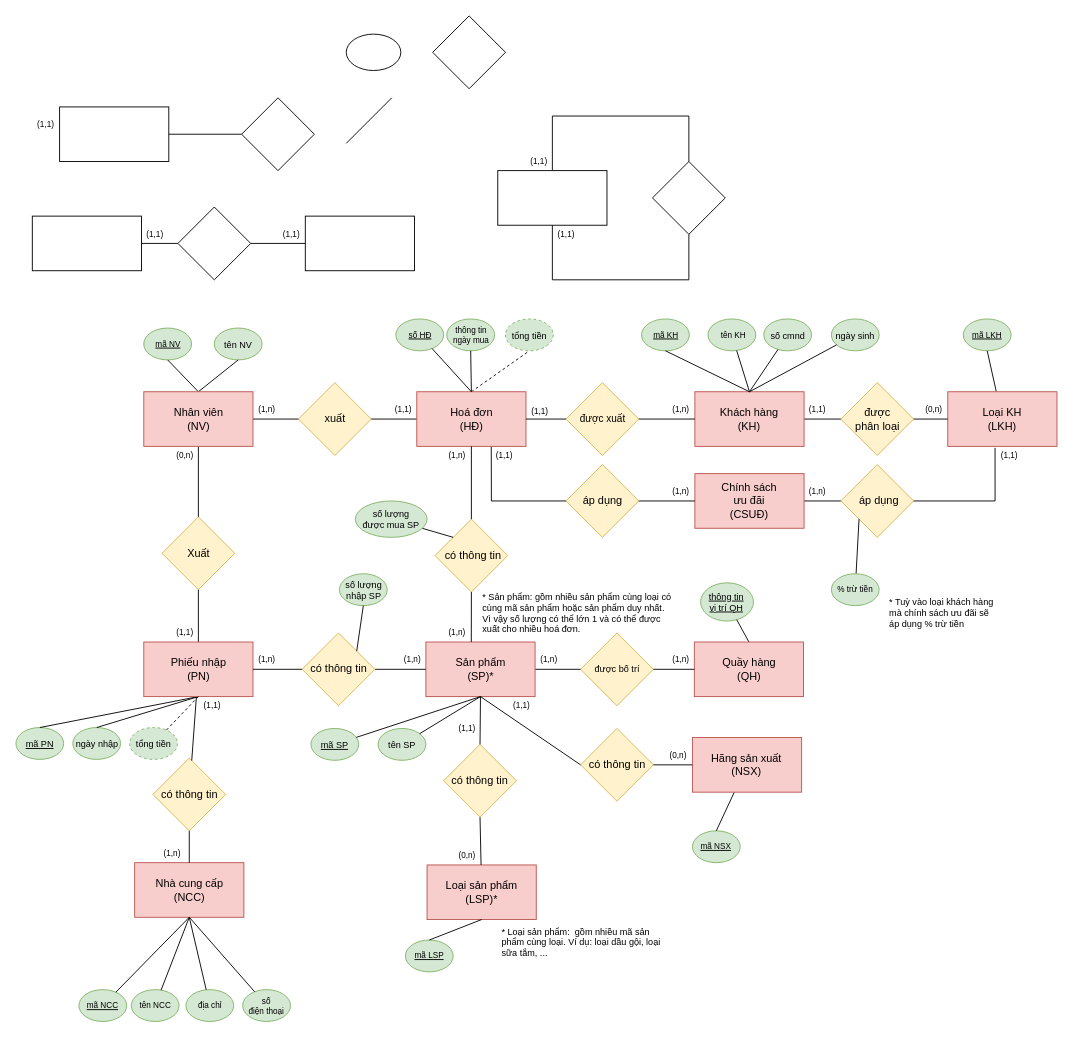
Earlier version of the draw.io diagram EXERCISES/ER Diagram.drawio (andytino/Documents-Database). Source tidied: cells renumbered, new cells numbered last; positions are measured from the earlier drawing's top-left corner, leaving out a move shared by most shapes. Both pictures are drawn from the tidied source at 91%, with x=0, y=0 at pixel (15, 15).
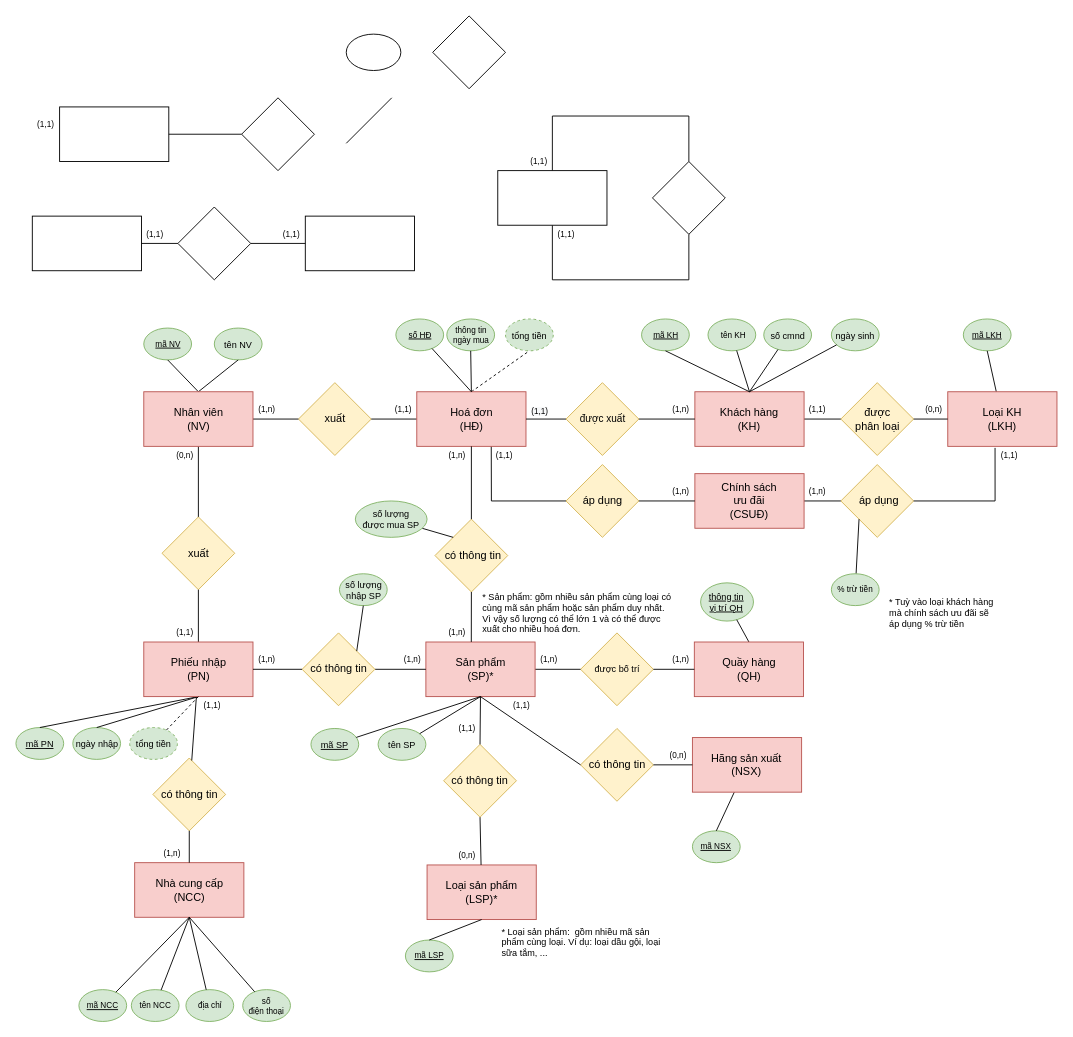
Above is the later version.

The change refers to these unchanged cells:
```xml
<mxCell id="28" style="group;" parent="1" vertex="1">
  <mxGeometry y="333" width="1144" height="772" as="geometry" />
</mxCell>
```

What changed in the source:
```diff
@@
-    <mxCell id="29" value="Xuất" style="rhombus;whiteSpace=wrap;html=1;fillColor=#fff2cc;strokeColor=#d6b656;" parent="28" vertex="1">
+    <mxCell id="29" value="xuất" style="rhombus;whiteSpace=wrap;html=1;fillColor=#fff2cc;strokeColor=#d6b656;" parent="28" vertex="1">
       <mxGeometry x="160.5" y="217.5" width="80" height="80" as="geometry" />
     </mxCell>
```
